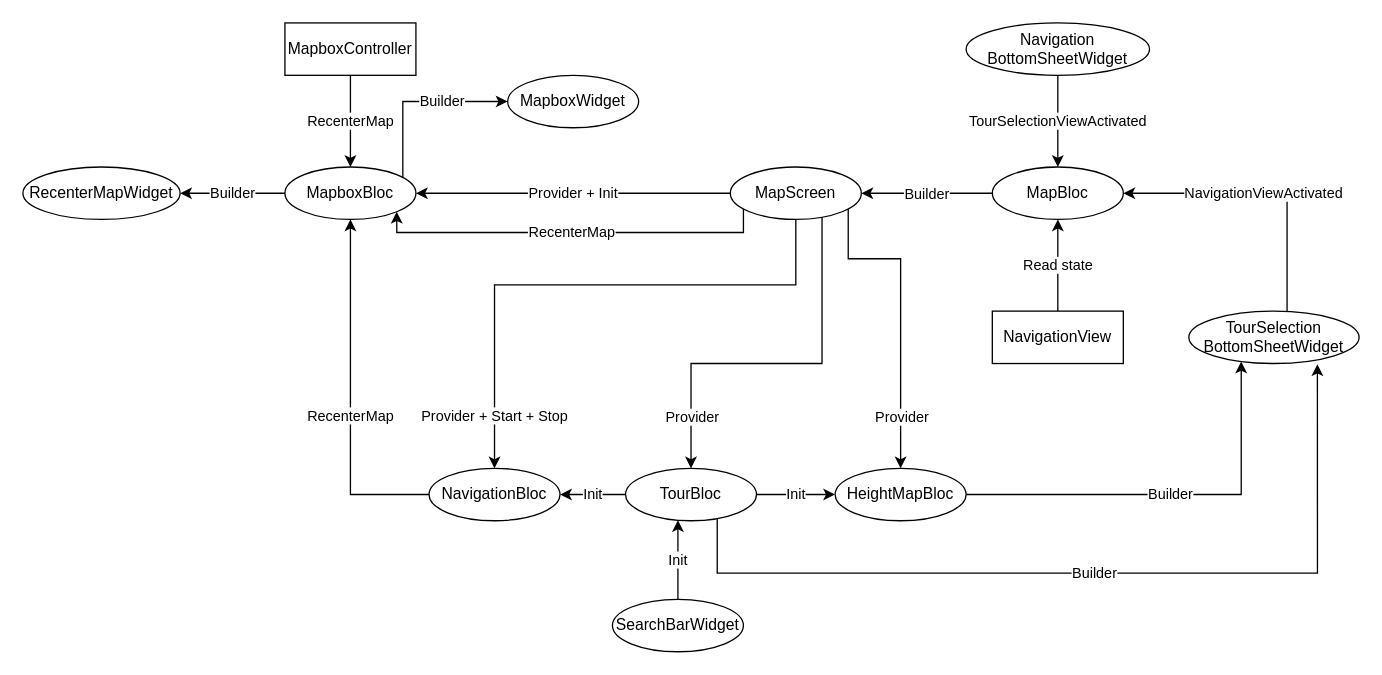
Before: page "Bloc Dependencies" (4 of 6) of Methods.drawio in patrick-mahnkopf/bike-gps, a draw.io diagram. Source tidied: cells renumbered, new cells numbered last; positions are measured from the earlier drawing's top-left corner, leaving out a move shared by most shapes. Both pictures are drawn from the tidied source at 131%, with x=0, y=0 at pixel (22, 22).
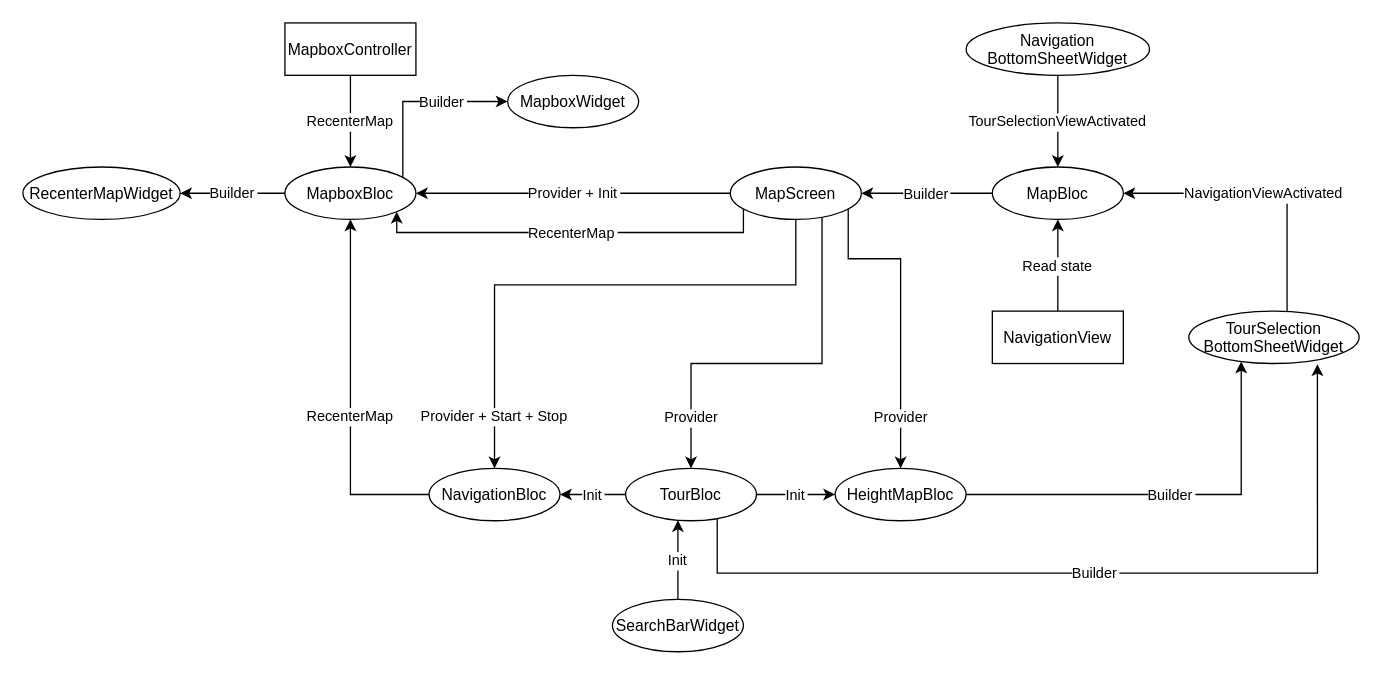
Above is the later version.

Diff of the diagram source:
```diff
@@
-    <mxCell id="2" value="Builder" style="edgeStyle=orthogonalEdgeStyle;rounded=0;jettySize=auto;html=1;" parent="1" edge="1" source="3" target="22">
+    <mxCell id="2" value="Builder" style="edgeStyle=orthogonalEdgeStyle;rounded=0;jettySize=auto;" parent="1" edge="1" source="3" target="22">
       <mxGeometry relative="1" as="geometry">
         <Array as="points">
           <mxPoint x="930" y="360" />
         </Array>
       </mxGeometry>
     </mxCell>
-    <mxCell id="3" value="HeightMapBloc" style="ellipse;whiteSpace=wrap;html=1;align=center;" parent="1" vertex="1">
+    <mxCell id="3" value="HeightMapBloc" style="ellipse;align=center;" parent="1" vertex="1">
       <mxGeometry x="620" y="340" width="100" height="40" as="geometry" />
     </mxCell>
-    <mxCell id="4" value="Read state" style="edgeStyle=orthogonalEdgeStyle;rounded=0;jettySize=auto;html=1;" parent="1" edge="1" source="18" target="5">
+    <mxCell id="4" value="Read state" style="edgeStyle=orthogonalEdgeStyle;rounded=0;jettySize=auto;" parent="1" edge="1" source="18" target="5">
       <mxGeometry relative="1" as="geometry" />
     </mxCell>
-    <mxCell id="5" value="MapBloc" style="ellipse;whiteSpace=wrap;html=1;align=center;" parent="1" vertex="1">
+    <mxCell id="5" value="MapBloc" style="ellipse;align=center;" parent="1" vertex="1">
       <mxGeometry x="740" y="110" width="100" height="40" as="geometry" />
     </mxCell>
-    <mxCell id="6" value="Builder" style="edgeStyle=orthogonalEdgeStyle;rounded=0;jettySize=auto;html=1;" parent="1" edge="1" source="8" target="23">
+    <mxCell id="6" value="Builder" style="edgeStyle=orthogonalEdgeStyle;rounded=0;jettySize=auto;" parent="1" edge="1" source="8" target="23">
       <mxGeometry relative="1" as="geometry" />
     </mxCell>
-    <mxCell id="7" value="Builder" style="edgeStyle=orthogonalEdgeStyle;rounded=0;jettySize=auto;html=1;" parent="1" edge="1" source="8" target="17">
+    <mxCell id="7" value="Builder" style="edgeStyle=orthogonalEdgeStyle;rounded=0;jettySize=auto;" parent="1" edge="1" source="8" target="17">
       <mxGeometry x="0.28" relative="1" as="geometry">
         <Array as="points">
           <mxPoint x="290" y="60" />
         </Array>
       </mxGeometry>
     </mxCell>
-    <mxCell id="8" value="MapboxBloc" style="ellipse;whiteSpace=wrap;html=1;align=center;" parent="1" vertex="1">
+    <mxCell id="8" value="MapboxBloc" style="ellipse;align=center;" parent="1" vertex="1">
       <mxGeometry x="200" y="110" width="100" height="40" as="geometry" />
     </mxCell>
-    <mxCell id="9" value="RecenterMap" style="edgeStyle=orthogonalEdgeStyle;rounded=0;jettySize=auto;html=1;jumpStyle=none;" parent="1" edge="1" source="10" target="8">
+    <mxCell id="9" value="RecenterMap" style="edgeStyle=orthogonalEdgeStyle;rounded=0;jettySize=auto;jumpStyle=none;" parent="1" edge="1" source="10" target="8">
       <mxGeometry x="-0.11" relative="1" as="geometry">
         <Array as="points">
           <mxPoint x="250" y="360" />
         </Array>
       </mxGeometry>
     </mxCell>
-    <mxCell id="10" value="NavigationBloc" style="ellipse;whiteSpace=wrap;html=1;align=center;" parent="1" vertex="1">
+    <mxCell id="10" value="NavigationBloc" style="ellipse;align=center;" parent="1" vertex="1">
       <mxGeometry x="310" y="340" width="100" height="40" as="geometry" />
     </mxCell>
-    <mxCell id="11" value="Init" style="edgeStyle=orthogonalEdgeStyle;rounded=0;jettySize=auto;html=1;" parent="1" edge="1" source="14" target="3">
+    <mxCell id="11" value="Init" style="edgeStyle=orthogonalEdgeStyle;rounded=0;jettySize=auto;" parent="1" edge="1" source="14" target="3">
       <mxGeometry relative="1" as="geometry" />
     </mxCell>
-    <mxCell id="12" value="Init" style="edgeStyle=orthogonalEdgeStyle;rounded=0;jumpStyle=none;jettySize=auto;html=1;" parent="1" edge="1" source="14" target="10">
+    <mxCell id="12" value="Init" style="edgeStyle=orthogonalEdgeStyle;rounded=0;jumpStyle=none;jettySize=auto;" parent="1" edge="1" source="14" target="10">
       <mxGeometry relative="1" as="geometry" />
     </mxCell>
-    <mxCell id="13" value="Builder" style="edgeStyle=orthogonalEdgeStyle;rounded=0;jumpStyle=none;jettySize=auto;html=1;entryX=0.755;entryY=1.013;entryDx=0;entryDy=0;entryPerimeter=0;" parent="1" edge="1" source="14" target="22">
+    <mxCell id="13" value="Builder" style="edgeStyle=orthogonalEdgeStyle;rounded=0;jumpStyle=none;jettySize=auto;entryX=0.755;entryY=1.013;entryDx=0;entryDy=0;entryPerimeter=0;" parent="1" edge="1" source="14" target="22">
       <mxGeometry relative="1" as="geometry">
         <Array as="points">
           <mxPoint x="530" y="420" />
           <mxPoint x="988" y="420" />
         </Array>
       </mxGeometry>
     </mxCell>
-    <mxCell id="14" value="TourBloc" style="ellipse;whiteSpace=wrap;html=1;align=center;" parent="1" vertex="1">
+    <mxCell id="14" value="TourBloc" style="ellipse;align=center;" parent="1" vertex="1">
       <mxGeometry x="460" y="340" width="100" height="40" as="geometry" />
     </mxCell>
-    <mxCell id="15" style="edgeStyle=orthogonalEdgeStyle;rounded=0;jettySize=auto;html=1;" parent="1" edge="1" source="5" target="35">
+    <mxCell id="15" style="edgeStyle=orthogonalEdgeStyle;rounded=0;jettySize=auto;" parent="1" edge="1" source="5" target="35">
       <mxGeometry relative="1" as="geometry" />
     </mxCell>
-    <mxCell id="16" value="Builder" style="edgeLabel;html=1;align=center;verticalAlign=middle;" parent="15" vertex="1">
+    <mxCell id="16" value="Builder" style="edgeLabel;align=center;verticalAlign=middle;" parent="15" vertex="1">
       <mxGeometry x="0.25" y="-2" relative="1" as="geometry">
         <mxPoint x="12.3" y="2" as="offset" />
       </mxGeometry>
     </mxCell>
-    <mxCell id="17" value="MapboxWidget" style="ellipse;whiteSpace=wrap;html=1;align=center;" parent="1" vertex="1">
+    <mxCell id="17" value="MapboxWidget" style="ellipse;align=center;" parent="1" vertex="1">
       <mxGeometry x="370" y="40" width="100" height="40" as="geometry" />
     </mxCell>
-    <mxCell id="18" value="NavigationView" style="whiteSpace=wrap;html=1;align=center;" parent="1" vertex="1">
+    <mxCell id="18" value="NavigationView" style="align=center;" parent="1" vertex="1">
       <mxGeometry x="740" y="220" width="100" height="40" as="geometry" />
     </mxCell>
-    <mxCell id="19" value="Init" style="edgeStyle=orthogonalEdgeStyle;rounded=0;jumpStyle=none;jettySize=auto;html=1;" parent="1" edge="1" source="20" target="14">
+    <mxCell id="19" value="Init" style="edgeStyle=orthogonalEdgeStyle;rounded=0;jumpStyle=none;jettySize=auto;" parent="1" edge="1" source="20" target="14">
       <mxGeometry relative="1" as="geometry">
         <Array as="points">
           <mxPoint x="500" y="430" />
           <mxPoint x="500" y="430" />
         </Array>
       </mxGeometry>
     </mxCell>
-    <mxCell id="20" value="SearchBarWidget" style="ellipse;whiteSpace=wrap;html=1;align=center;" parent="1" vertex="1">
+    <mxCell id="20" value="SearchBarWidget" style="ellipse;align=center;" parent="1" vertex="1">
       <mxGeometry x="450" y="440" width="100" height="40" as="geometry" />
     </mxCell>
-    <mxCell id="21" value="NavigationViewActivated" style="edgeStyle=orthogonalEdgeStyle;rounded=0;jettySize=auto;html=1;" parent="1" edge="1" source="22" target="5">
+    <mxCell id="21" value="NavigationViewActivated" style="edgeStyle=orthogonalEdgeStyle;rounded=0;jettySize=auto;" parent="1" edge="1" source="22" target="5">
       <mxGeometry relative="1" as="geometry">
         <Array as="points">
           <mxPoint x="965" y="130" />
         </Array>
       </mxGeometry>
     </mxCell>
-    <mxCell id="22" value="TourSelection&lt;br&gt;BottomSheetWidget" style="ellipse;whiteSpace=wrap;html=1;align=center;" parent="1" vertex="1">
+    <mxCell id="22" value="TourSelection&#10;BottomSheetWidget" style="ellipse;align=center;" parent="1" vertex="1">
       <mxGeometry x="890" y="220" width="130" height="40" as="geometry" />
     </mxCell>
-    <mxCell id="23" value="RecenterMapWidget" style="ellipse;whiteSpace=wrap;html=1;align=center;" parent="1" vertex="1">
+    <mxCell id="23" value="RecenterMapWidget" style="ellipse;align=center;" parent="1" vertex="1">
       <mxGeometry y="110" width="120" height="40" as="geometry" />
     </mxCell>
-    <mxCell id="24" value="TourSelectionViewActivated" style="edgeStyle=orthogonalEdgeStyle;rounded=0;jettySize=auto;html=1;" parent="1" edge="1" source="25" target="5">
+    <mxCell id="24" value="TourSelectionViewActivated" style="edgeStyle=orthogonalEdgeStyle;rounded=0;jettySize=auto;" parent="1" edge="1" source="25" target="5">
       <mxGeometry relative="1" as="geometry">
         <Array as="points">
           <mxPoint x="790" y="30" />
         </Array>
       </mxGeometry>
     </mxCell>
-    <mxCell id="25" value="Navigation&lt;br&gt;BottomSheetWidget" style="ellipse;whiteSpace=wrap;html=1;align=center;" parent="1" vertex="1">
+    <mxCell id="25" value="Navigation&#10;BottomSheetWidget" style="ellipse;align=center;" parent="1" vertex="1">
       <mxGeometry x="720" width="140" height="40" as="geometry" />
     </mxCell>
-    <mxCell id="26" value="RecenterMap" style="edgeStyle=orthogonalEdgeStyle;rounded=0;jettySize=auto;html=1;" parent="1" edge="1" source="27" target="8">
+    <mxCell id="26" value="RecenterMap" style="edgeStyle=orthogonalEdgeStyle;rounded=0;jettySize=auto;" parent="1" edge="1" source="27" target="8">
       <mxGeometry relative="1" as="geometry" />
     </mxCell>
-    <mxCell id="27" value="MapboxController" style="whiteSpace=wrap;html=1;align=center;" parent="1" vertex="1">
+    <mxCell id="27" value="MapboxController" style="align=center;" parent="1" vertex="1">
       <mxGeometry x="200" width="100" height="40" as="geometry" />
     </mxCell>
-    <mxCell id="28" value="Provider + Init" style="edgeStyle=orthogonalEdgeStyle;rounded=0;jettySize=auto;html=1;" parent="1" edge="1" source="35" target="8">
+    <mxCell id="28" value="Provider + Init" style="edgeStyle=orthogonalEdgeStyle;rounded=0;jettySize=auto;" parent="1" edge="1" source="35" target="8">
       <mxGeometry relative="1" as="geometry" />
     </mxCell>
-    <mxCell id="29" value="RecenterMap" style="edgeStyle=orthogonalEdgeStyle;rounded=0;jettySize=auto;html=1;entryX=1;entryY=1;entryDx=0;entryDy=0;" parent="1" edge="1" source="35" target="8">
+    <mxCell id="29" value="RecenterMap" style="edgeStyle=orthogonalEdgeStyle;rounded=0;jettySize=auto;entryX=1;entryY=1;entryDx=0;entryDy=0;" parent="1" edge="1" source="35" target="8">
       <mxGeometry relative="1" as="geometry">
         <Array as="points">
           <mxPoint x="550" y="160" />
           <mxPoint x="285" y="160" />
         </Array>
       </mxGeometry>
     </mxCell>
-    <mxCell id="30" value="Provider + Start + Stop" style="edgeStyle=orthogonalEdgeStyle;rounded=0;jettySize=auto;html=1;" parent="1" edge="1" source="35" target="10">
+    <mxCell id="30" value="Provider + Start + Stop" style="edgeStyle=orthogonalEdgeStyle;rounded=0;jettySize=auto;" parent="1" edge="1" source="35" target="10">
       <mxGeometry x="0.81" relative="1" as="geometry">
         <Array as="points">
           <mxPoint x="590" y="200" />
           <mxPoint x="360" y="200" />
         </Array>
       </mxGeometry>
     </mxCell>
-    <mxCell id="31" style="edgeStyle=orthogonalEdgeStyle;rounded=0;jettySize=auto;html=1;" parent="1" edge="1" source="35" target="14">
+    <mxCell id="31" style="edgeStyle=orthogonalEdgeStyle;rounded=0;jettySize=auto;" parent="1" edge="1" source="35" target="14">
       <mxGeometry relative="1" as="geometry">
         <Array as="points">
           <mxPoint x="610" y="260" />
           <mxPoint x="510" y="260" />
         </Array>
       </mxGeometry>
     </mxCell>
-    <mxCell id="32" value="Provider" style="edgeLabel;html=1;align=center;verticalAlign=middle;" parent="31" vertex="1">
+    <mxCell id="32" value="Provider" style="edgeLabel;align=center;verticalAlign=middle;" parent="31" vertex="1">
       <mxGeometry x="0.59" relative="1" as="geometry">
         <mxPoint y="20" as="offset" />
       </mxGeometry>
     </mxCell>
-    <mxCell id="33" style="edgeStyle=orthogonalEdgeStyle;rounded=0;jettySize=auto;html=1;" parent="1" edge="1" source="35" target="3">
+    <mxCell id="33" style="edgeStyle=orthogonalEdgeStyle;rounded=0;jettySize=auto;" parent="1" edge="1" source="35" target="3">
       <mxGeometry relative="1" as="geometry">
         <Array as="points">
           <mxPoint x="630" y="180" />
           <mxPoint x="670" y="180" />
         </Array>
       </mxGeometry>
     </mxCell>
-    <mxCell id="34" value="Provider" style="edgeLabel;html=1;align=center;verticalAlign=middle;" parent="33" vertex="1">
+    <mxCell id="34" value="Provider" style="edgeLabel;align=center;verticalAlign=middle;" parent="33" vertex="1">
       <mxGeometry x="0.32" relative="1" as="geometry">
         <mxPoint y="41.3" as="offset" />
       </mxGeometry>
     </mxCell>
-    <mxCell id="35" value="MapScreen" style="ellipse;whiteSpace=wrap;html=1;align=center;" parent="1" vertex="1">
+    <mxCell id="35" value="MapScreen" style="ellipse;align=center;" parent="1" vertex="1">
       <mxGeometry x="540" y="110" width="100" height="40" as="geometry" />
     </mxCell>
```
